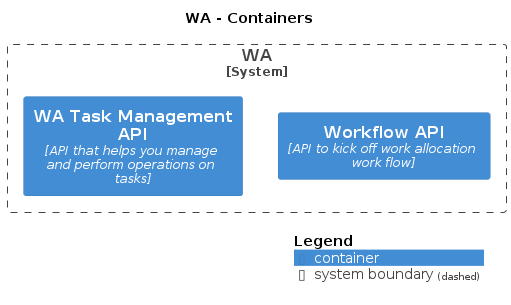
This is docs/c4/wa/images/structurizr-wa-overview.png from hmcts/cnp-api-docs, a PlantUML export, as it was before one commit. The source it was exported from:
```plantuml
@startuml
title WA - Containers

top to bottom direction

!include https://raw.githubusercontent.com/plantuml-stdlib/C4-PlantUML/master/C4.puml
!include https://raw.githubusercontent.com/plantuml-stdlib/C4-PlantUML/master/C4_Context.puml
!include https://raw.githubusercontent.com/plantuml-stdlib/C4-PlantUML/master/C4_Container.puml

System_Boundary("WA_boundary", "WA") {
  Container(WA.WorkflowAPI, "Workflow API", "API to kick off work allocation work flow", $tags="")
  Container(WA.WATaskManagementAPI, "WA Task Management API", "API that helps you manage and perform operations on tasks", $tags="")
}


SHOW_DYNAMIC_LEGEND()
@enduml
```
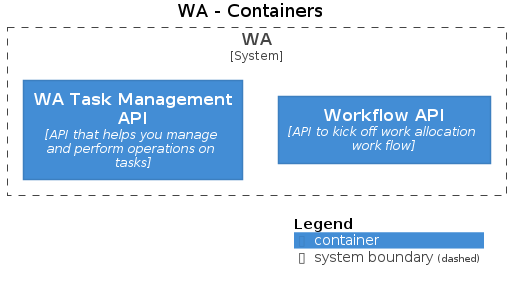
Above is the later version.

Diff of the diagram source:
```diff
@@ -3,13 +3,13 @@
 
 top to bottom direction
 
-!include https://raw.githubusercontent.com/plantuml-stdlib/C4-PlantUML/master/C4.puml
-!include https://raw.githubusercontent.com/plantuml-stdlib/C4-PlantUML/master/C4_Context.puml
-!include https://raw.githubusercontent.com/plantuml-stdlib/C4-PlantUML/master/C4_Container.puml
+!includeurl https://raw.githubusercontent.com/plantuml-stdlib/C4-PlantUML/master/C4.puml
+!includeurl https://raw.githubusercontent.com/plantuml-stdlib/C4-PlantUML/master/C4_Context.puml
+!includeurl https://raw.githubusercontent.com/plantuml-stdlib/C4-PlantUML/master/C4_Container.puml
 
 System_Boundary("WA_boundary", "WA") {
-  Container(WA.WorkflowAPI, "Workflow API", "API to kick off work allocation work flow", $tags="")
-  Container(WA.WATaskManagementAPI, "WA Task Management API", "API that helps you manage and perform operations on tasks", $tags="")
+  Container(WA.WorkflowAPI, "Workflow API", "API to kick off work allocation work flow")
+  Container(WA.WATaskManagementAPI, "WA Task Management API", "API that helps you manage and perform operations on tasks")
 }
 
 
```
